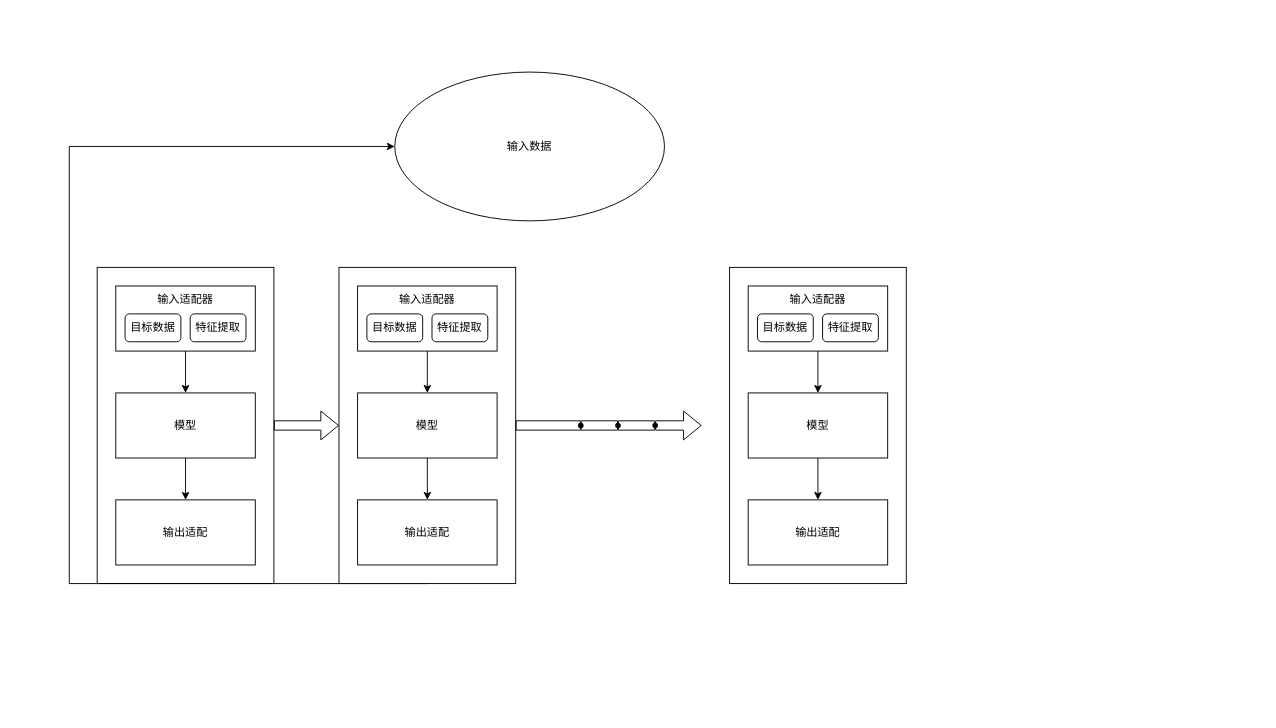
Earlier version of the draw.io diagram rc-model.drawio (XiaoLiuAI/diagrams). Source tidied: cells renumbered, new cells numbered last; positions are measured from the earlier drawing's top-left corner, leaving out a move shared by most shapes. Both pictures are drawn from the tidied source at 93%, with x=0, y=0 at pixel (13, 72).
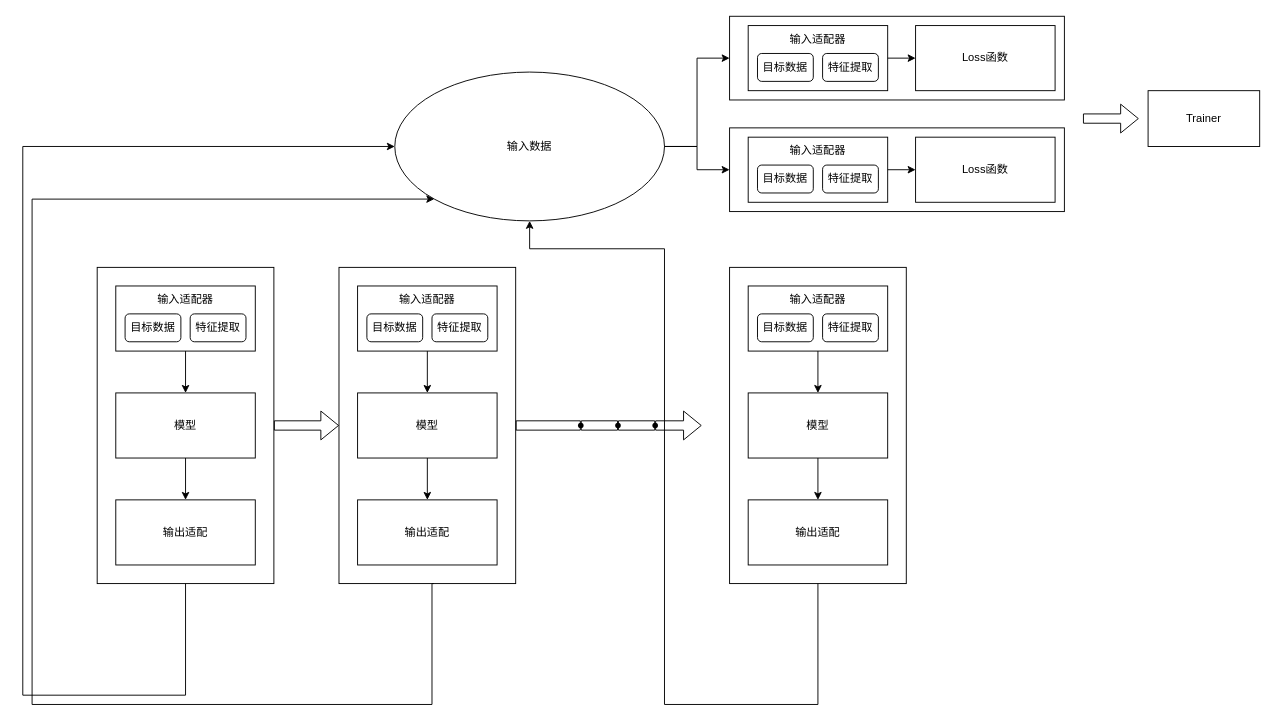
The same page after the edit.

The change refers to these unchanged cells:
```xml
<mxCell id="2" value="输入数据" style="ellipse;whiteSpace=wrap;html=1;" parent="1" vertex="1">
  <mxGeometry x="410" width="290" height="160" as="geometry" />
</mxCell>
<mxCell id="3" style="rounded=0;whiteSpace=wrap;html=1;" parent="1" vertex="1">
  <mxGeometry x="90" y="210" width="190" height="340" as="geometry" />
</mxCell>
<mxCell id="13" style="rounded=0;whiteSpace=wrap;html=1;" parent="1" vertex="1">
  <mxGeometry x="350" y="210" width="190" height="340" as="geometry" />
</mxCell>
<mxCell id="23" style="rounded=0;whiteSpace=wrap;html=1;" parent="1" vertex="1">
  <mxGeometry x="770" y="210" width="190" height="340" as="geometry" />
</mxCell>
```

The edit, as a diff of the source:
```diff
@@
-    <mxCell id="12" style="edgeStyle=elbowEdgeStyle;elbow=horizontal;endArrow=classic;html=1;rounded=0;entryX=0;entryY=0.5;entryDx=0;entryDy=0;exitX=0.5;exitY=1;exitDx=0;exitDy=0;" parent="1" edge="1" source="13" target="2">
-      <mxGeometry relative="1" as="geometry">
-        <Array as="points">
-          <mxPoint x="60" y="550" />
-          <mxPoint y="650" />
-          <mxPoint x="40" y="400" />
-          <mxPoint x="40" y="350" />
-          <mxPoint x="200" y="330" />
-        </Array>
-      </mxGeometry>
-    </mxCell>
@@
+    <mxCell id="39" style="edgeStyle=segmentEdgeStyle;endArrow=classic;html=1;rounded=0;exitX=0.5;exitY=1;exitDx=0;exitDy=0;entryX=0;entryY=0.5;entryDx=0;entryDy=0;" parent="1" edge="1" source="3" target="2">
+      <mxGeometry relative="1" as="geometry">
+        <Array as="points">
+          <mxPoint x="185" y="670" />
+          <mxPoint x="10" y="670" />
+          <mxPoint x="10" y="80" />
+        </Array>
+      </mxGeometry>
+    </mxCell>
+    <mxCell id="12" style="edgeStyle=segmentEdgeStyle;endArrow=classic;html=1;rounded=0;exitX=0.537;exitY=1;exitDx=0;exitDy=0;entryX=0;entryY=1;entryDx=0;entryDy=0;exitPerimeter=0;" parent="1" edge="1" source="13" target="2">
+      <mxGeometry relative="1" as="geometry">
+        <Array as="points">
+          <mxPoint x="450" y="550" />
+          <mxPoint x="450" y="680" />
+          <mxPoint x="20" y="680" />
+          <mxPoint x="20" y="137" />
+        </Array>
+      </mxGeometry>
+    </mxCell>
+    <mxCell id="40" style="edgeStyle=segmentEdgeStyle;endArrow=classic;html=1;rounded=0;exitX=0.5;exitY=1;exitDx=0;exitDy=0;entryX=0.5;entryY=1;entryDx=0;entryDy=0;" parent="1" edge="1" source="23" target="2">
+      <mxGeometry relative="1" as="geometry">
+        <Array as="points">
+          <mxPoint x="865" y="680" />
+          <mxPoint x="700" y="680" />
+          <mxPoint x="700" y="190" />
+          <mxPoint x="555" y="190" />
+        </Array>
+      </mxGeometry>
+    </mxCell>
+    <mxCell id="41" style="rounded=0;whiteSpace=wrap;html=1;" parent="1" vertex="1">
+      <mxGeometry x="770" y="-60" width="360" height="90" as="geometry" />
+    </mxCell>
+    <mxCell id="42" style="rounded=0;whiteSpace=wrap;html=1;" parent="1" vertex="1">
+      <mxGeometry x="790" y="-50" width="150" height="70" as="geometry" />
+    </mxCell>
+    <mxCell id="43" value="Loss函数" style="rounded=0;whiteSpace=wrap;html=1;" parent="1" vertex="1">
+      <mxGeometry x="970" y="-50" width="150" height="70" as="geometry" />
+    </mxCell>
+    <mxCell id="44" value="输入适配器" style="text;html=1;strokeColor=none;fillColor=none;align=center;verticalAlign=middle;whiteSpace=wrap;rounded=0;" parent="1" vertex="1">
+      <mxGeometry x="815" y="-50" width="100" height="30" as="geometry" />
+    </mxCell>
+    <mxCell id="45" value="目标数据" style="rounded=1;whiteSpace=wrap;html=1;" parent="1" vertex="1">
+      <mxGeometry x="800" y="-20" width="60" height="30" as="geometry" />
+    </mxCell>
+    <mxCell id="46" value="特征提取" style="rounded=1;whiteSpace=wrap;html=1;" parent="1" vertex="1">
+      <mxGeometry x="870" y="-20" width="60" height="30" as="geometry" />
+    </mxCell>
+    <mxCell id="47" style="endArrow=classic;html=1;rounded=0;exitX=1;exitY=0.5;exitDx=0;exitDy=0;entryX=0;entryY=0.5;entryDx=0;entryDy=0;" parent="1" edge="1" source="42" target="43">
+      <mxGeometry relative="1" as="geometry" />
+    </mxCell>
+    <mxCell id="48" style="rounded=0;whiteSpace=wrap;html=1;" parent="1" vertex="1">
+      <mxGeometry x="770" y="60" width="360" height="90" as="geometry" />
+    </mxCell>
+    <mxCell id="49" style="rounded=0;whiteSpace=wrap;html=1;" parent="1" vertex="1">
+      <mxGeometry x="790" y="70" width="150" height="70" as="geometry" />
+    </mxCell>
+    <mxCell id="50" value="Loss函数" style="rounded=0;whiteSpace=wrap;html=1;" parent="1" vertex="1">
+      <mxGeometry x="970" y="70" width="150" height="70" as="geometry" />
+    </mxCell>
+    <mxCell id="51" value="输入适配器" style="text;html=1;strokeColor=none;fillColor=none;align=center;verticalAlign=middle;whiteSpace=wrap;rounded=0;" parent="1" vertex="1">
+      <mxGeometry x="815" y="70" width="100" height="30" as="geometry" />
+    </mxCell>
+    <mxCell id="52" value="目标数据" style="rounded=1;whiteSpace=wrap;html=1;" parent="1" vertex="1">
+      <mxGeometry x="800" y="100" width="60" height="30" as="geometry" />
+    </mxCell>
+    <mxCell id="53" value="特征提取" style="rounded=1;whiteSpace=wrap;html=1;" parent="1" vertex="1">
+      <mxGeometry x="870" y="100" width="60" height="30" as="geometry" />
+    </mxCell>
+    <mxCell id="54" style="endArrow=classic;html=1;rounded=0;exitX=1;exitY=0.5;exitDx=0;exitDy=0;entryX=0;entryY=0.5;entryDx=0;entryDy=0;" parent="1" edge="1" source="49" target="50">
+      <mxGeometry relative="1" as="geometry" />
+    </mxCell>
+    <mxCell id="55" style="edgeStyle=elbowEdgeStyle;elbow=horizontal;endArrow=classic;html=1;rounded=0;entryX=0;entryY=0.5;entryDx=0;entryDy=0;" parent="1" edge="1" source="2" target="41">
+      <mxGeometry relative="1" as="geometry" />
+    </mxCell>
+    <mxCell id="56" style="edgeStyle=elbowEdgeStyle;elbow=horizontal;endArrow=classic;html=1;rounded=0;entryX=0;entryY=0.5;entryDx=0;entryDy=0;exitX=1;exitY=0.5;exitDx=0;exitDy=0;" parent="1" edge="1" source="2" target="48">
+      <mxGeometry relative="1" as="geometry" />
+    </mxCell>
+    <mxCell id="57" style="shape=flexArrow;endArrow=classic;html=1;rounded=0;" parent="1" edge="1">
+      <mxGeometry relative="1" as="geometry">
+        <mxPoint x="1150" y="50" as="sourcePoint" />
+        <mxPoint x="1210" y="50" as="targetPoint" />
+      </mxGeometry>
+    </mxCell>
+    <mxCell id="58" value="Trainer" style="rounded=0;whiteSpace=wrap;html=1;" parent="1" vertex="1">
+      <mxGeometry x="1220" y="20" width="120" height="60" as="geometry" />
+    </mxCell>
```
